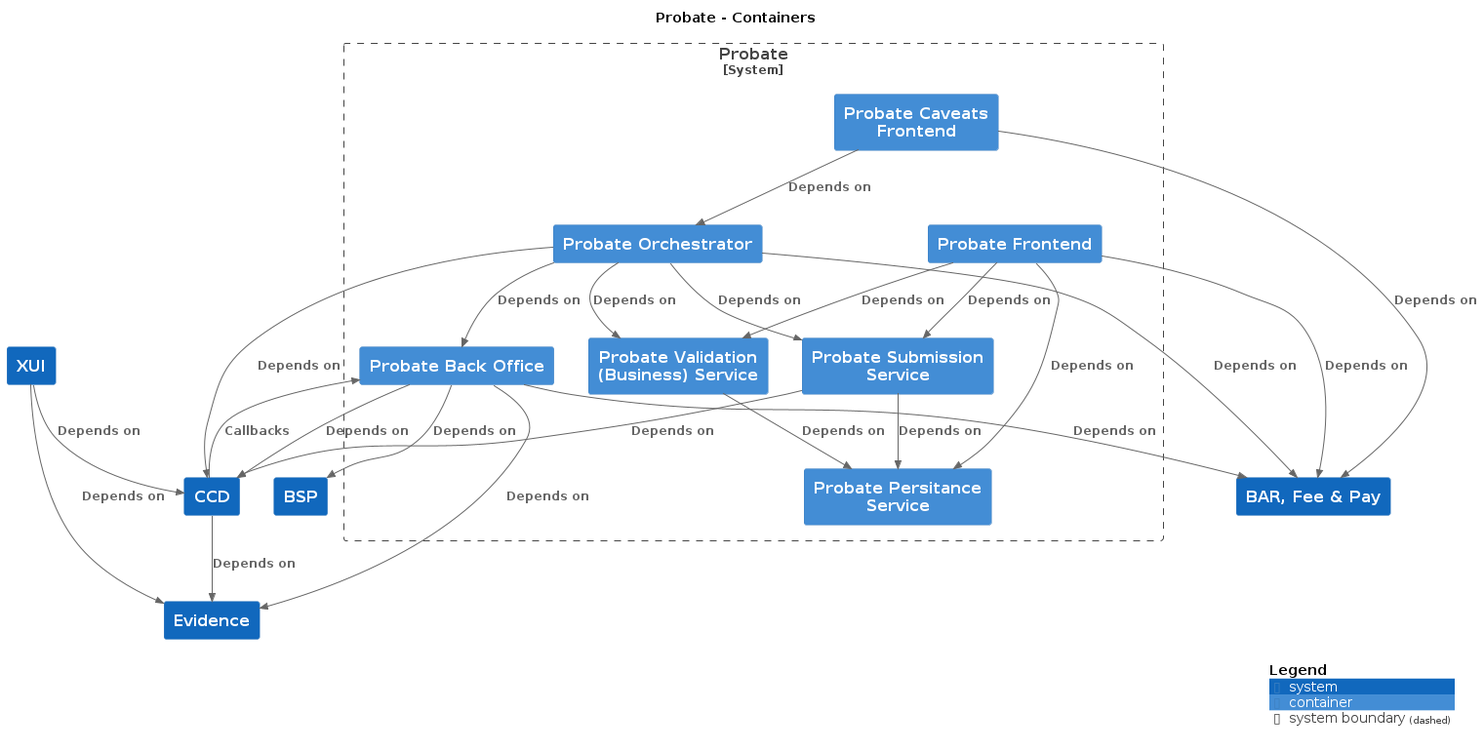
Earlier version of the PlantUML export docs/c4/probate/images/structurizr-probate-overview.png (hmcts/cnp-api-docs). The source it was exported from:
```plantuml
@startuml
set separator none
title Probate - Containers

top to bottom direction

!include <C4/C4>
!include <C4/C4_Context>
!include <C4/C4_Container>

System(CCD, "CCD", $descr="", $tags="", $link="")
System(BSP, "BSP", $descr="", $tags="", $link="")
System(BARFeePay, "BAR, Fee & Pay", $descr="", $tags="", $link="")
System(Evidence, "Evidence", $descr="", $tags="", $link="")
System(XUI, "XUI", $descr="", $tags="", $link="")

System_Boundary("Probate_boundary", "Probate", $tags="") {
  Container(Probate.ProbatePersitanceService, "Probate Persitance Service", $techn="", $descr="", $tags="", $link="")
  Container(Probate.ProbateSubmissionService, "Probate Submission Service", $techn="", $descr="", $tags="", $link="")
  Container(Probate.ProbateFrontend, "Probate Frontend", $techn="", $descr="", $tags="", $link="")
  Container(Probate.ProbateCaveatsFrontend, "Probate Caveats Frontend", $techn="", $descr="", $tags="", $link="")
  Container(Probate.ProbateOrchestrator, "Probate Orchestrator", $techn="", $descr="", $tags="", $link="")
  Container(Probate.ProbateBackOffice, "Probate Back Office", $techn="", $descr="", $tags="", $link="")
  Container(Probate.ProbateValidationBusinessService, "Probate Validation (Business) Service", $techn="", $descr="", $tags="", $link="")
}

Rel_D(CCD, Evidence, "Depends on", $techn="", $tags="", $link="")
Rel_D(XUI, Evidence, "Depends on", $techn="", $tags="", $link="")
Rel_D(XUI, CCD, "Depends on", $techn="", $tags="", $link="")
Rel_D(Probate.ProbateSubmissionService, CCD, "Depends on", $techn="", $tags="", $link="")
Rel_D(Probate.ProbateSubmissionService, Probate.ProbatePersitanceService, "Depends on", $techn="", $tags="", $link="")
Rel_D(Probate.ProbateFrontend, BARFeePay, "Depends on", $techn="", $tags="", $link="")
Rel_D(Probate.ProbateFrontend, Probate.ProbateValidationBusinessService, "Depends on", $techn="", $tags="", $link="")
Rel_D(Probate.ProbateFrontend, Probate.ProbatePersitanceService, "Depends on", $techn="", $tags="", $link="")
Rel_D(Probate.ProbateFrontend, Probate.ProbateSubmissionService, "Depends on", $techn="", $tags="", $link="")
Rel_D(Probate.ProbateCaveatsFrontend, BARFeePay, "Depends on", $techn="", $tags="", $link="")
Rel_D(Probate.ProbateCaveatsFrontend, Probate.ProbateOrchestrator, "Depends on", $techn="", $tags="", $link="")
Rel_D(Probate.ProbateOrchestrator, Probate.ProbateSubmissionService, "Depends on", $techn="", $tags="", $link="")
Rel_D(Probate.ProbateOrchestrator, Probate.ProbateValidationBusinessService, "Depends on", $techn="", $tags="", $link="")
Rel_D(Probate.ProbateOrchestrator, Probate.ProbateBackOffice, "Depends on", $techn="", $tags="", $link="")
Rel_D(Probate.ProbateOrchestrator, BARFeePay, "Depends on", $techn="", $tags="", $link="")
Rel_D(Probate.ProbateOrchestrator, CCD, "Depends on", $techn="", $tags="", $link="")
Rel_D(Probate.ProbateBackOffice, CCD, "Depends on", $techn="", $tags="", $link="")
Rel_D(Probate.ProbateBackOffice, BARFeePay, "Depends on", $techn="", $tags="", $link="")
Rel_D(Probate.ProbateBackOffice, Evidence, "Depends on", $techn="", $tags="", $link="")
Rel_D(Probate.ProbateBackOffice, BSP, "Depends on", $techn="", $tags="", $link="")
Rel_D(Probate.ProbateValidationBusinessService, Probate.ProbatePersitanceService, "Depends on", $techn="", $tags="", $link="")
Rel_D(CCD, Probate.ProbateBackOffice, "Callbacks", $techn="", $tags="", $link="")

SHOW_DYNAMIC_LEGEND()
@enduml
```
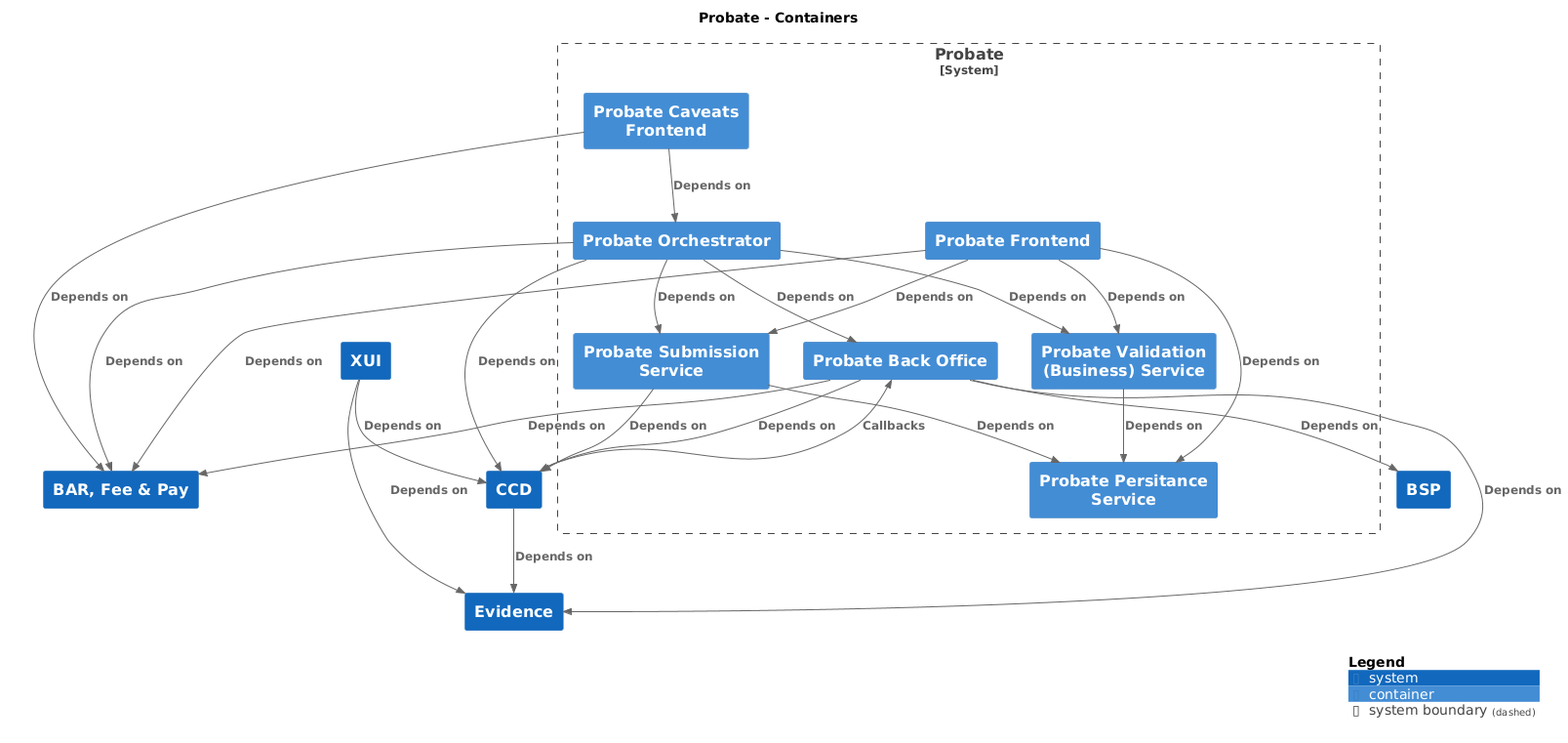
The same diagram one commit later.

What changed in the source:
```diff
@@ -8,10 +8,10 @@
 !include <C4/C4_Context>
 !include <C4/C4_Container>
 
+System(BARFeePay, "BAR, Fee & Pay", $descr="", $tags="", $link="")
 System(CCD, "CCD", $descr="", $tags="", $link="")
+System(Evidence, "Evidence", $descr="", $tags="", $link="")
 System(BSP, "BSP", $descr="", $tags="", $link="")
-System(BARFeePay, "BAR, Fee & Pay", $descr="", $tags="", $link="")
-System(Evidence, "Evidence", $descr="", $tags="", $link="")
 System(XUI, "XUI", $descr="", $tags="", $link="")
 
 System_Boundary("Probate_boundary", "Probate", $tags="") {
@@ -24,28 +24,28 @@
   Container(Probate.ProbateValidationBusinessService, "Probate Validation (Business) Service", $techn="", $descr="", $tags="", $link="")
 }
 
-Rel_D(CCD, Evidence, "Depends on", $techn="", $tags="", $link="")
-Rel_D(XUI, Evidence, "Depends on", $techn="", $tags="", $link="")
-Rel_D(XUI, CCD, "Depends on", $techn="", $tags="", $link="")
-Rel_D(Probate.ProbateSubmissionService, CCD, "Depends on", $techn="", $tags="", $link="")
-Rel_D(Probate.ProbateSubmissionService, Probate.ProbatePersitanceService, "Depends on", $techn="", $tags="", $link="")
-Rel_D(Probate.ProbateFrontend, BARFeePay, "Depends on", $techn="", $tags="", $link="")
-Rel_D(Probate.ProbateFrontend, Probate.ProbateValidationBusinessService, "Depends on", $techn="", $tags="", $link="")
-Rel_D(Probate.ProbateFrontend, Probate.ProbatePersitanceService, "Depends on", $techn="", $tags="", $link="")
-Rel_D(Probate.ProbateFrontend, Probate.ProbateSubmissionService, "Depends on", $techn="", $tags="", $link="")
-Rel_D(Probate.ProbateCaveatsFrontend, BARFeePay, "Depends on", $techn="", $tags="", $link="")
-Rel_D(Probate.ProbateCaveatsFrontend, Probate.ProbateOrchestrator, "Depends on", $techn="", $tags="", $link="")
-Rel_D(Probate.ProbateOrchestrator, Probate.ProbateSubmissionService, "Depends on", $techn="", $tags="", $link="")
-Rel_D(Probate.ProbateOrchestrator, Probate.ProbateValidationBusinessService, "Depends on", $techn="", $tags="", $link="")
-Rel_D(Probate.ProbateOrchestrator, Probate.ProbateBackOffice, "Depends on", $techn="", $tags="", $link="")
-Rel_D(Probate.ProbateOrchestrator, BARFeePay, "Depends on", $techn="", $tags="", $link="")
-Rel_D(Probate.ProbateOrchestrator, CCD, "Depends on", $techn="", $tags="", $link="")
-Rel_D(Probate.ProbateBackOffice, CCD, "Depends on", $techn="", $tags="", $link="")
-Rel_D(Probate.ProbateBackOffice, BARFeePay, "Depends on", $techn="", $tags="", $link="")
-Rel_D(Probate.ProbateBackOffice, Evidence, "Depends on", $techn="", $tags="", $link="")
-Rel_D(Probate.ProbateBackOffice, BSP, "Depends on", $techn="", $tags="", $link="")
-Rel_D(Probate.ProbateValidationBusinessService, Probate.ProbatePersitanceService, "Depends on", $techn="", $tags="", $link="")
-Rel_D(CCD, Probate.ProbateBackOffice, "Callbacks", $techn="", $tags="", $link="")
+Rel(CCD, Evidence, "Depends on", $techn="", $tags="", $link="")
+Rel(XUI, Evidence, "Depends on", $techn="", $tags="", $link="")
+Rel(XUI, CCD, "Depends on", $techn="", $tags="", $link="")
+Rel(Probate.ProbateSubmissionService, CCD, "Depends on", $techn="", $tags="", $link="")
+Rel(Probate.ProbateSubmissionService, Probate.ProbatePersitanceService, "Depends on", $techn="", $tags="", $link="")
+Rel(Probate.ProbateFrontend, BARFeePay, "Depends on", $techn="", $tags="", $link="")
+Rel(Probate.ProbateFrontend, Probate.ProbateValidationBusinessService, "Depends on", $techn="", $tags="", $link="")
+Rel(Probate.ProbateFrontend, Probate.ProbatePersitanceService, "Depends on", $techn="", $tags="", $link="")
+Rel(Probate.ProbateFrontend, Probate.ProbateSubmissionService, "Depends on", $techn="", $tags="", $link="")
+Rel(Probate.ProbateCaveatsFrontend, BARFeePay, "Depends on", $techn="", $tags="", $link="")
+Rel(Probate.ProbateCaveatsFrontend, Probate.ProbateOrchestrator, "Depends on", $techn="", $tags="", $link="")
+Rel(Probate.ProbateOrchestrator, Probate.ProbateSubmissionService, "Depends on", $techn="", $tags="", $link="")
+Rel(Probate.ProbateOrchestrator, Probate.ProbateValidationBusinessService, "Depends on", $techn="", $tags="", $link="")
+Rel(Probate.ProbateOrchestrator, Probate.ProbateBackOffice, "Depends on", $techn="", $tags="", $link="")
+Rel(Probate.ProbateOrchestrator, BARFeePay, "Depends on", $techn="", $tags="", $link="")
+Rel(Probate.ProbateOrchestrator, CCD, "Depends on", $techn="", $tags="", $link="")
+Rel(Probate.ProbateBackOffice, CCD, "Depends on", $techn="", $tags="", $link="")
+Rel(Probate.ProbateBackOffice, BARFeePay, "Depends on", $techn="", $tags="", $link="")
+Rel(Probate.ProbateBackOffice, Evidence, "Depends on", $techn="", $tags="", $link="")
+Rel(Probate.ProbateBackOffice, BSP, "Depends on", $techn="", $tags="", $link="")
+Rel(Probate.ProbateValidationBusinessService, Probate.ProbatePersitanceService, "Depends on", $techn="", $tags="", $link="")
+Rel(CCD, Probate.ProbateBackOffice, "Callbacks", $techn="", $tags="", $link="")
 
 SHOW_DYNAMIC_LEGEND()
 @enduml
```
